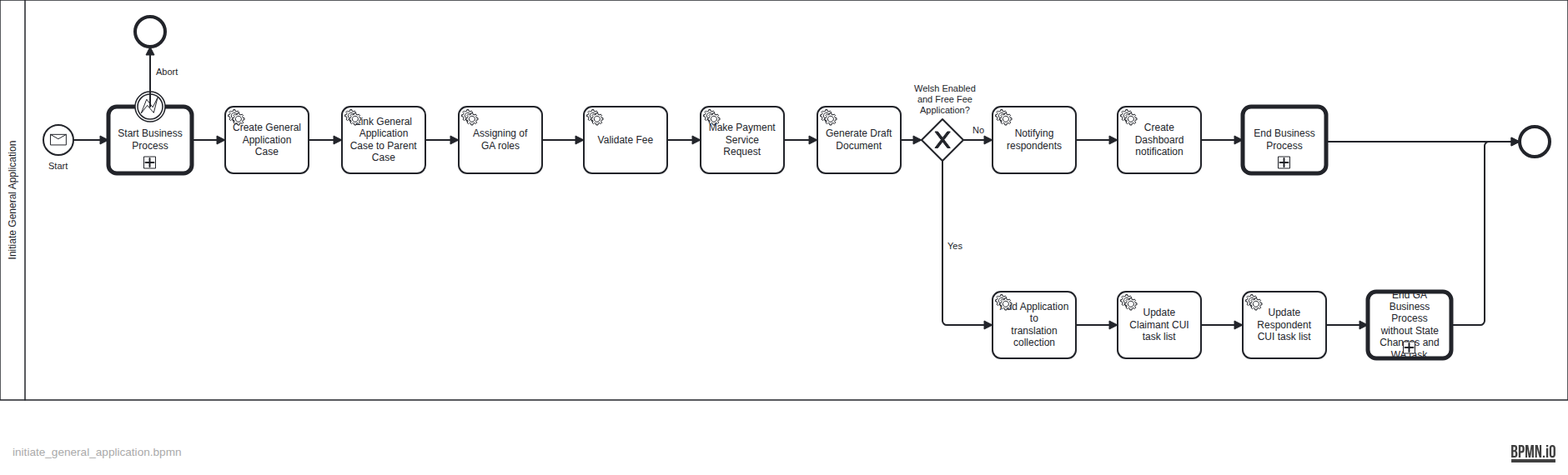
Before: docs/bpmn-diagrams/initiate_general_application.png, a diagram exported from BPMN (hmcts/civil-service). Its source is kept beside it as src/main/resources/camunda/initiate_general_application.bpmn. Ids are renumbered.
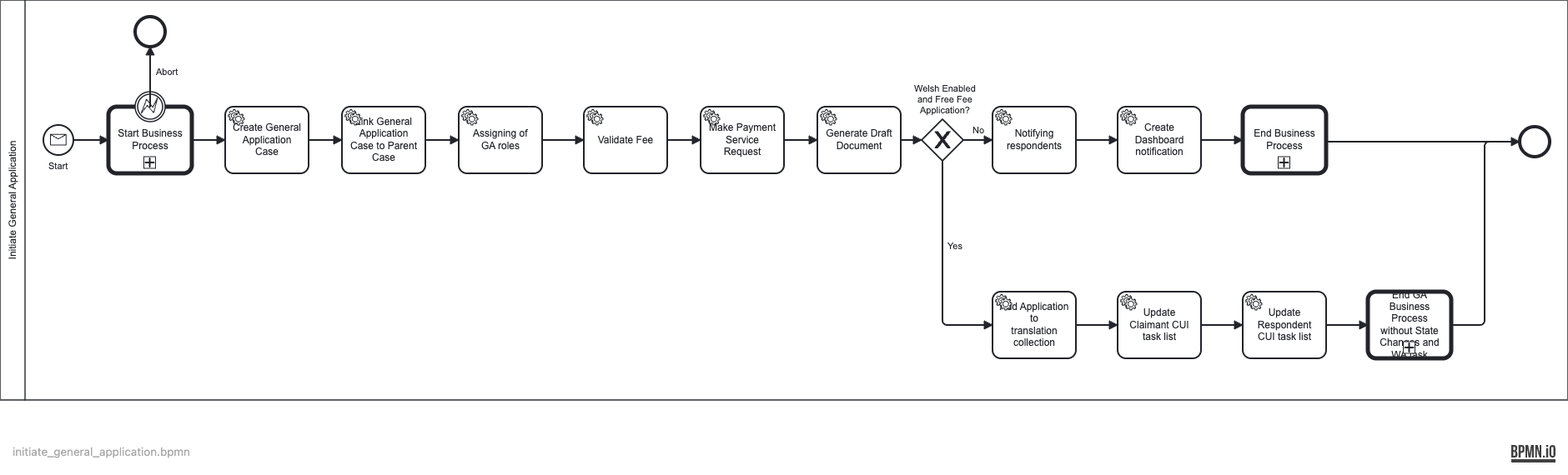
Later version of the same file.

What changed in the source:
```diff
@@ -21,7 +21,7 @@
     <bpmn:sequenceFlow id="Flow_n14" sourceRef="Activity_n15" targetRef="Event_n16" />
     <bpmn:sequenceFlow id="Flow_n17" sourceRef="DraftDocumentGenerator" targetRef="Gateway_n18" />
     <bpmn:sequenceFlow id="Flow_n19" sourceRef="Activity_n11" targetRef="CreateGeneralApplicationCase" />
-    <bpmn:sequenceFlow id="Flow_n20" sourceRef="GeneralApplicationNotifying" targetRef="GenerateDashboardNotificationsGaApplicationIssued" />
+    <bpmn:sequenceFlow id="Flow_n20" sourceRef="NotifyGaApplicationCreated" targetRef="GenerateDashboardNotificationsGaApplicationIssued" />
     <bpmn:sequenceFlow id="Flow_n21" sourceRef="GeneralApplicationPaymentServiceReq" targetRef="DraftDocumentGenerator" />
     <bpmn:boundaryEvent id="Event_n22" name="Abort" attachedToRef="Activity_n11">
       <bpmn:errorEventDefinition id="ErrorEventDefinition_n23" />
@@ -35,13 +35,13 @@
       <bpmn:outgoing>Flow_n8</bpmn:outgoing>
       <bpmn:outgoing>Flow_n19</bpmn:outgoing>
     </bpmn:callActivity>
-    <bpmn:sequenceFlow id="Flow_n24" name="No" sourceRef="Gateway_n18" targetRef="GeneralApplicationNotifying">
+    <bpmn:sequenceFlow id="Flow_n24" name="No" sourceRef="Gateway_n18" targetRef="NotifyGaApplicationCreated">
       <bpmn:conditionExpression xsi:type="bpmn:tFormalExpression">${(empty flowFlags.FREE_FEE_WELSH_APPLICATION) || (!empty flowFlags.FREE_FEE_WELSH_APPLICATION &amp;&amp; !flowFlags.FREE_FEE_WELSH_APPLICATION)}</bpmn:conditionExpression>
     </bpmn:sequenceFlow>
-    <bpmn:serviceTask id="GeneralApplicationNotifying" name="Notifying respondents" camunda:type="external" camunda:topic="applicationEventGASpec">
+    <bpmn:serviceTask id="NotifyGaApplicationCreated" name="Notifying respondents" camunda:type="external" camunda:topic="applicationEventGASpec">
       <bpmn:extensionElements>
         <camunda:inputOutput>
-          <camunda:inputParameter name="caseEvent">NOTIFY_GENERAL_APPLICATION_RESPONDENT</camunda:inputParameter>
+          <camunda:inputParameter name="caseEvent">NOTIFY_EVENT</camunda:inputParameter>
         </camunda:inputOutput>
       </bpmn:extensionElements>
       <bpmn:incoming>Flow_n24</bpmn:incoming>
@@ -187,7 +187,7 @@
       <bpmndi:BPMNShape id="Activity_n11_di" bpmnElement="Activity_n11">
         <dc:Bounds x="290" y="208" width="100" height="80" />
       </bpmndi:BPMNShape>
-      <bpmndi:BPMNShape id="Activity_0whee0o_di" bpmnElement="GeneralApplicationNotifying">
+      <bpmndi:BPMNShape id="Activity_0whee0o_di" bpmnElement="NotifyGaApplicationCreated">
         <dc:Bounds x="1350" y="208" width="100" height="80" />
       </bpmndi:BPMNShape>
       <bpmndi:BPMNShape id="Activity_00cyec9_di" bpmnElement="CreateGeneralApplicationCase">
```
